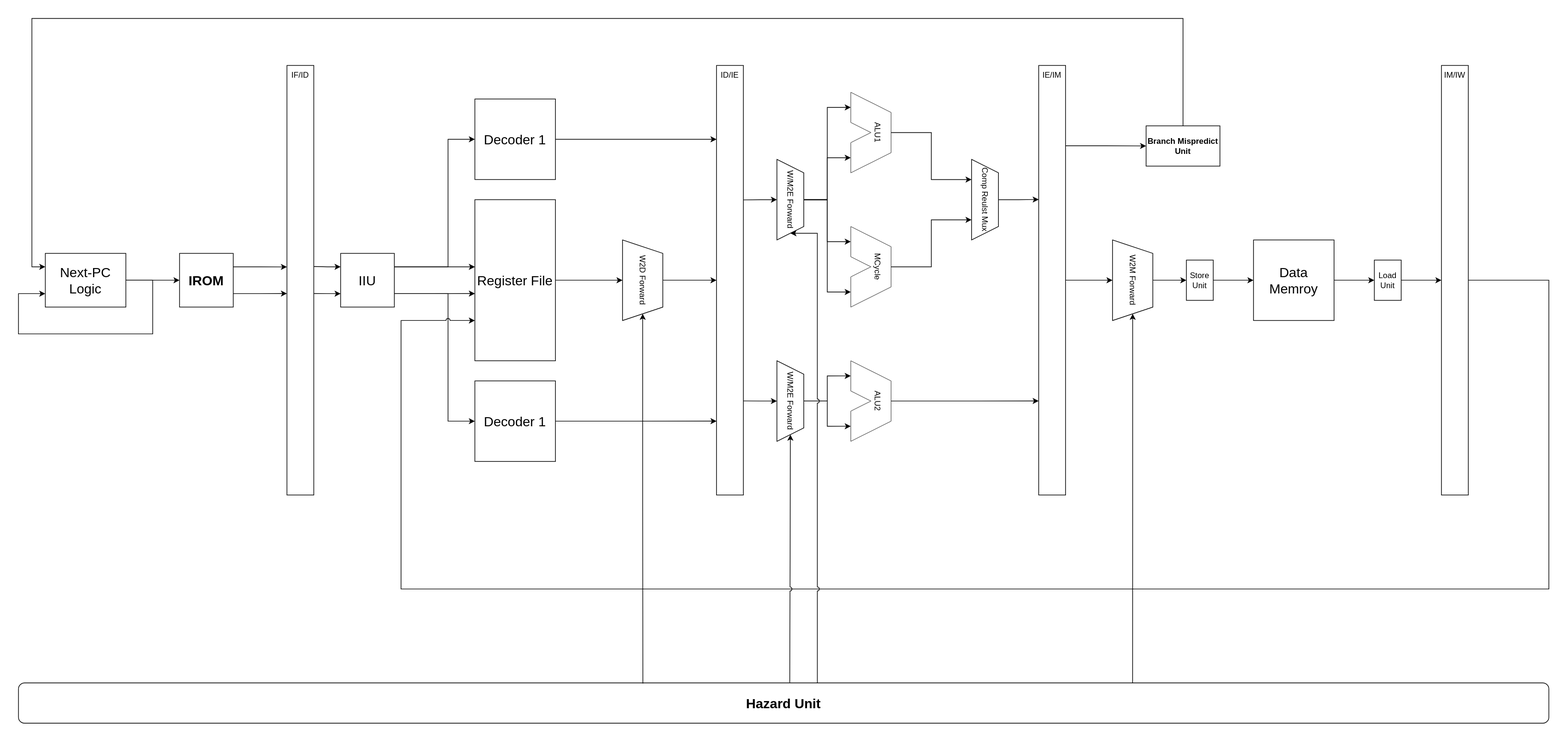
Earlier version of the draw.io export docs/assets/images/Mach-V-V2-0.svg (mendax1234/Mach-V). Source tidied: cells renumbered, new cells last; positions are measured from the earlier drawing's top-left corner, leaving out a move shared by most shapes.
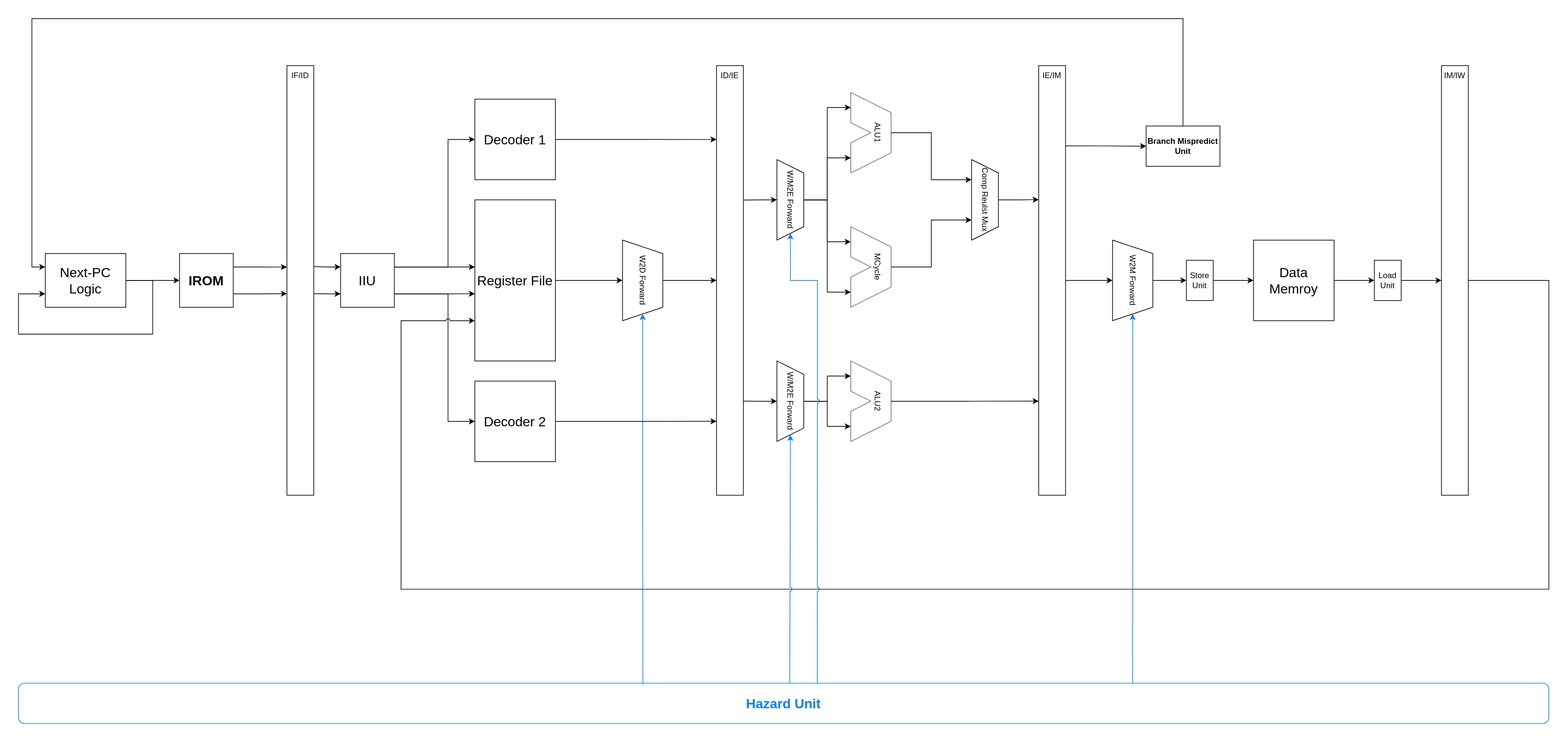
The same file after the commit.

Commit message:
Update mach-v v2 microarchitecture diagram

Change to the diagram source:
```diff
@@ -57,7 +57,7 @@
     <mxCell id="16" value="&lt;font style=&quot;font-size: 20px;&quot;&gt;Decoder 1&lt;/font&gt;" style="rounded=0;whiteSpace=wrap;html=1;" parent="1" vertex="1">
       <mxGeometry x="680" y="120" width="120" height="120" as="geometry" />
     </mxCell>
-    <mxCell id="17" value="&lt;font style=&quot;font-size: 20px;&quot;&gt;Decoder 1&lt;/font&gt;" style="rounded=0;whiteSpace=wrap;html=1;" parent="1" vertex="1">
+    <mxCell id="17" value="&lt;font style=&quot;font-size: 20px;&quot;&gt;Decoder 2&lt;/font&gt;" style="rounded=0;whiteSpace=wrap;html=1;" parent="1" vertex="1">
       <mxGeometry x="680" y="540" width="120" height="120" as="geometry" />
     </mxCell>
     <mxCell id="18" style="edgeStyle=orthogonalEdgeStyle;rounded=0;jettySize=auto;html=1;" parent="1" edge="1" source="19" target="65">
@@ -197,23 +197,24 @@
         </Array>
       </mxGeometry>
     </mxCell>
-    <mxCell id="57" value="&lt;b&gt;&lt;font style=&quot;font-size: 20px;&quot;&gt;Hazard Unit&lt;/font&gt;&lt;/b&gt;" style="rounded=1;whiteSpace=wrap;html=1;strokeColor=default;align=center;verticalAlign=middle;fontFamily=Helvetica;fontSize=12;fontColor=default;fillColor=default;" parent="1" vertex="1">
+    <mxCell id="57" value="&lt;b&gt;&lt;font style=&quot;font-size: 20px; color: rgb(0, 127, 255);&quot;&gt;Hazard Unit&lt;/font&gt;&lt;/b&gt;" style="rounded=1;whiteSpace=wrap;html=1;strokeColor=#007FFF;align=center;verticalAlign=middle;fontFamily=Helvetica;fontSize=12;fontColor=default;fillColor=default;" parent="1" vertex="1">
       <mxGeometry y="990" width="2280" height="60" as="geometry" />
     </mxCell>
-    <mxCell id="58" style="edgeStyle=orthogonalEdgeStyle;rounded=0;jettySize=auto;html=1;exitX=1;exitY=0.5;exitDx=0;exitDy=0;entryX=0.408;entryY=0.015;entryDx=0;entryDy=0;entryPerimeter=0;fontFamily=Helvetica;fontSize=12;fontColor=default;startArrow=classic;startFill=1;endArrow=none;endFill=0;" parent="1" edge="1" source="19" target="57">
+    <mxCell id="58" style="edgeStyle=orthogonalEdgeStyle;rounded=0;jettySize=auto;html=1;exitX=1;exitY=0.5;exitDx=0;exitDy=0;entryX=0.408;entryY=0.015;entryDx=0;entryDy=0;entryPerimeter=0;fontFamily=Helvetica;fontSize=12;fontColor=default;startArrow=classic;startFill=1;endArrow=none;endFill=0;strokeColor=#007FFF;" parent="1" edge="1" source="19" target="57">
       <mxGeometry relative="1" as="geometry" />
     </mxCell>
-    <mxCell id="59" style="edgeStyle=orthogonalEdgeStyle;rounded=0;jettySize=auto;html=1;exitX=1;exitY=0.5;exitDx=0;exitDy=0;entryX=0.504;entryY=-0.009;entryDx=0;entryDy=0;entryPerimeter=0;fontFamily=Helvetica;fontSize=12;fontColor=default;startArrow=classic;startFill=1;endArrow=none;endFill=0;jumpStyle=arc;" parent="1" edge="1" source="36" target="57">
+    <mxCell id="59" style="edgeStyle=orthogonalEdgeStyle;rounded=0;jettySize=auto;html=1;exitX=1;exitY=0.5;exitDx=0;exitDy=0;entryX=0.504;entryY=-0.009;entryDx=0;entryDy=0;entryPerimeter=0;fontFamily=Helvetica;fontSize=12;fontColor=default;startArrow=classic;startFill=1;endArrow=none;endFill=0;jumpStyle=arc;strokeColor=#007FFF;" parent="1" edge="1" source="36" target="57">
       <mxGeometry relative="1" as="geometry" />
     </mxCell>
-    <mxCell id="60" style="edgeStyle=orthogonalEdgeStyle;rounded=0;jettySize=auto;html=1;exitX=1;exitY=0.5;exitDx=0;exitDy=0;fontFamily=Helvetica;fontSize=12;fontColor=default;entryX=0.522;entryY=0;entryDx=0;entryDy=0;entryPerimeter=0;startArrow=classic;startFill=1;endArrow=none;endFill=0;jumpStyle=arc;" parent="1" edge="1" source="30" target="57">
+    <mxCell id="60" style="edgeStyle=orthogonalEdgeStyle;rounded=0;jettySize=auto;html=1;exitX=1;exitY=0.5;exitDx=0;exitDy=0;fontFamily=Helvetica;fontSize=12;fontColor=default;entryX=0.522;entryY=0;entryDx=0;entryDy=0;entryPerimeter=0;startArrow=classic;startFill=1;endArrow=none;endFill=0;jumpStyle=arc;strokeColor=#007FFF;" parent="1" edge="1" source="30" target="57">
       <mxGeometry relative="1" as="geometry">
         <Array as="points">
-          <mxPoint x="1190" y="320" />
+          <mxPoint x="1150" y="390" />
+          <mxPoint x="1190" y="390" />
         </Array>
       </mxGeometry>
     </mxCell>
-    <mxCell id="61" style="edgeStyle=orthogonalEdgeStyle;rounded=0;jettySize=auto;html=1;exitX=1;exitY=0.5;exitDx=0;exitDy=0;fontFamily=Helvetica;fontSize=12;fontColor=default;entryX=0.728;entryY=0.001;entryDx=0;entryDy=0;entryPerimeter=0;startArrow=classic;startFill=1;endArrow=none;endFill=0;" parent="1" edge="1" source="47" target="57">
+    <mxCell id="61" style="edgeStyle=orthogonalEdgeStyle;rounded=0;jettySize=auto;html=1;exitX=1;exitY=0.5;exitDx=0;exitDy=0;fontFamily=Helvetica;fontSize=12;fontColor=default;entryX=0.728;entryY=0.001;entryDx=0;entryDy=0;entryPerimeter=0;startArrow=classic;startFill=1;endArrow=none;endFill=0;strokeColor=#007FFF;" parent="1" edge="1" source="47" target="57">
       <mxGeometry relative="1" as="geometry" />
     </mxCell>
     <mxCell id="62" style="edgeStyle=orthogonalEdgeStyle;rounded=0;jettySize=auto;html=1;entryX=0;entryY=0.172;entryDx=0;entryDy=0;entryPerimeter=0;fontFamily=Helvetica;fontSize=12;fontColor=default;" parent="1" edge="1" source="16" target="65">
```
